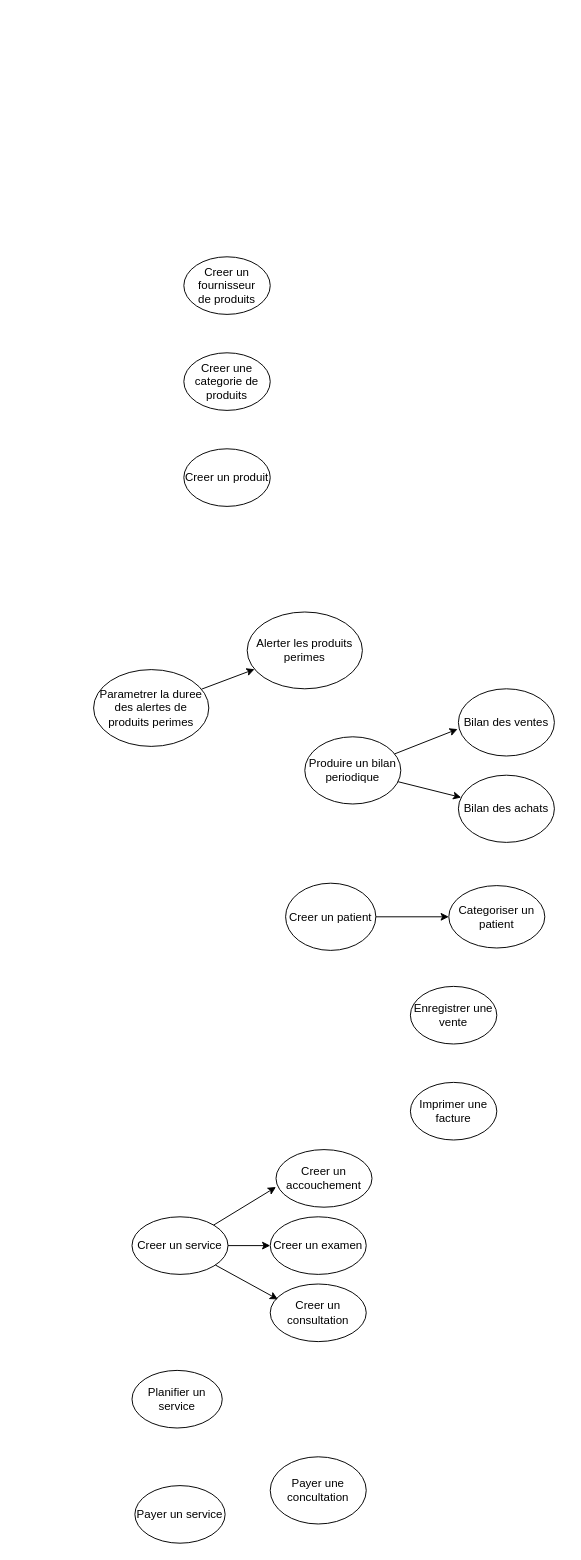
The draw.io diagram page "use case diagram" (2 of 2) of Untitled Diagram.drawio in arseneRuben/CinsolManagement, before the edit. Source tidied: cells renumbered, new cells numbered last; positions are measured from the earlier drawing's top-left corner, leaving out a move shared by most shapes. Both pictures are drawn from the tidied source at 96%, with x=0, y=0 at pixel (93, 256).
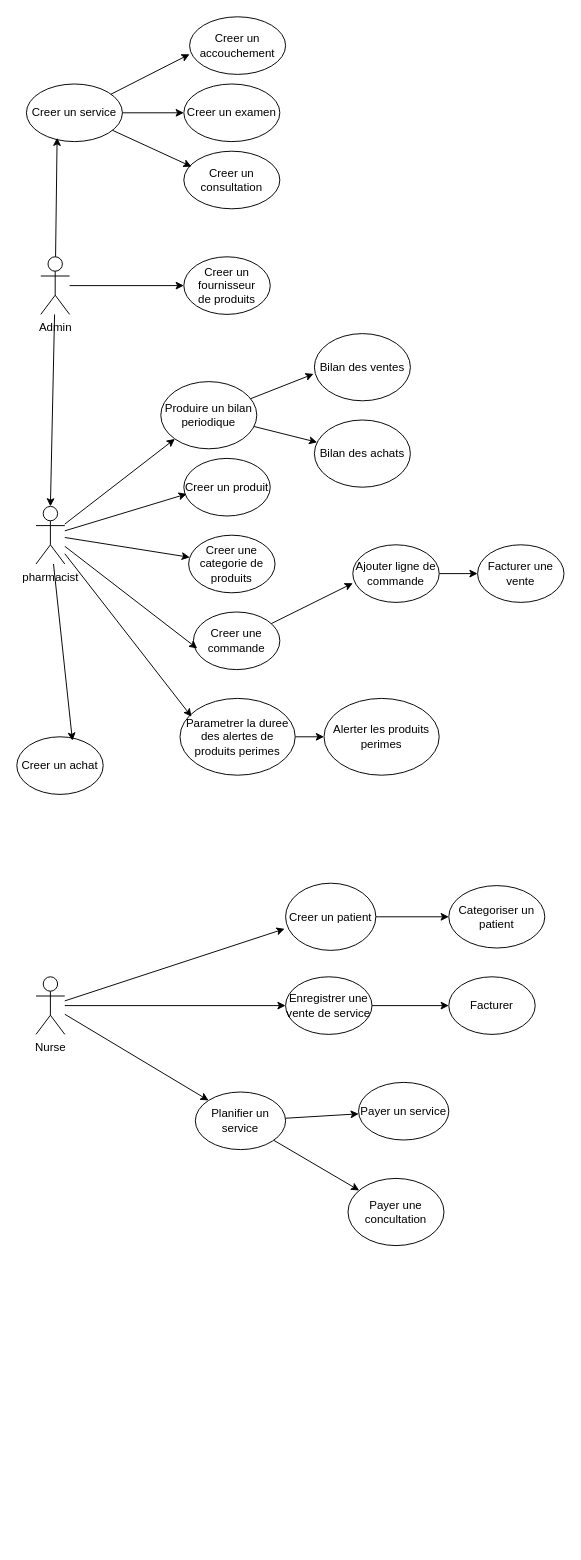
Above is the later version.

Unchanged cells that the change refers to:
```xml
<mxCell id="3" value="Creer un patient" style="ellipse;whiteSpace=wrap;html=1;" parent="1" vertex="1">
  <mxGeometry x="200" y="652.5" width="94" height="70" as="geometry" />
</mxCell>
```

Change to the diagram source:
```diff
@@
     <mxCell id="4" value="Payer une concultation" style="ellipse;whiteSpace=wrap;html=1;" parent="1" vertex="1">
-      <mxGeometry x="184" y="1250" width="100" height="70" as="geometry" />
+      <mxGeometry x="265" y="960" width="100" height="70" as="geometry" />
     </mxCell>
+    <mxCell id="28" style="edgeStyle=orthogonalEdgeStyle;rounded=0;jettySize=auto;html=1;entryX=0;entryY=0.5;entryDx=0;entryDy=0;" parent="1" edge="1" source="5" target="6">
+      <mxGeometry relative="1" as="geometry" />
+    </mxCell>
-    <mxCell id="5" value="Enregistrer une vente" style="ellipse;whiteSpace=wrap;html=1;" parent="1" vertex="1">
-      <mxGeometry x="330" y="760" width="90" height="60" as="geometry" />
+    <mxCell id="5" value="Enregistrer une vente de service" style="ellipse;whiteSpace=wrap;html=1;" parent="1" vertex="1">
+      <mxGeometry x="200" y="750" width="90" height="60" as="geometry" />
     </mxCell>
-    <mxCell id="6" value="Imprimer une facture" style="ellipse;whiteSpace=wrap;html=1;" parent="1" vertex="1">
-      <mxGeometry x="330" y="860" width="90" height="60" as="geometry" />
+    <mxCell id="6" value="Facturer" style="ellipse;whiteSpace=wrap;html=1;" parent="1" vertex="1">
+      <mxGeometry x="370" y="750" width="90" height="60" as="geometry" />
     </mxCell>
@@
     <mxCell id="8" value="Produire un bilan periodique" style="ellipse;whiteSpace=wrap;html=1;" parent="1" vertex="1">
-      <mxGeometry x="220" y="500" width="100" height="70" as="geometry" />
+      <mxGeometry x="70" y="130" width="100" height="70" as="geometry" />
     </mxCell>
     <mxCell id="9" value="Bilan des ventes" style="ellipse;whiteSpace=wrap;html=1;" parent="1" vertex="1">
-      <mxGeometry x="380" y="450" width="100" height="70" as="geometry" />
+      <mxGeometry x="230" y="80" width="100" height="70" as="geometry" />
     </mxCell>
     <mxCell id="10" value="Bilan des achats" style="ellipse;whiteSpace=wrap;html=1;" parent="1" vertex="1">
-      <mxGeometry x="380" y="540" width="100" height="70" as="geometry" />
+      <mxGeometry x="230" y="170" width="100" height="70" as="geometry" />
     </mxCell>
-    <mxCell id="11" style="edgeStyle=orthogonalEdgeStyle;rounded=0;jettySize=auto;html=1;" parent="1" edge="1" source="12" target="19">
-      <mxGeometry relative="1" as="geometry" />
-    </mxCell>
-    <mxCell id="12" value="Creer un service" style="ellipse;whiteSpace=wrap;html=1;" parent="1" vertex="1">
-      <mxGeometry x="40" y="1000" width="100" height="60" as="geometry" />
-    </mxCell>
@@
+    <mxCell id="29" style="rounded=0;jettySize=auto;html=1;" parent="1" edge="1" source="15" target="24">
+      <mxGeometry relative="1" as="geometry" />
+    </mxCell>
+    <mxCell id="30" style="rounded=0;jettySize=auto;html=1;" parent="1" edge="1" source="15" target="4">
+      <mxGeometry relative="1" as="geometry" />
+    </mxCell>
     <mxCell id="15" value="Planifier un service" style="ellipse;whiteSpace=wrap;html=1;" parent="1" vertex="1">
-      <mxGeometry x="40" y="1160" width="94" height="60" as="geometry" />
+      <mxGeometry x="106" y="870" width="94" height="60" as="geometry" />
     </mxCell>
     <mxCell id="16" value="Alerter les produits perimes" style="ellipse;whiteSpace=wrap;html=1;" parent="1" vertex="1">
-      <mxGeometry x="160" y="370" width="120" height="80" as="geometry" />
+      <mxGeometry x="240" y="460" width="120" height="80" as="geometry" />
     </mxCell>
@@
     <mxCell id="18" value="Parametrer la duree des alertes de produits perimes" style="ellipse;whiteSpace=wrap;html=1;" parent="1" vertex="1">
-      <mxGeometry y="430" width="120" height="80" as="geometry" />
+      <mxGeometry x="90" y="460" width="120" height="80" as="geometry" />
     </mxCell>
+    <mxCell id="24" value="Payer un service" style="ellipse;whiteSpace=wrap;html=1;" parent="1" vertex="1">
+      <mxGeometry x="276" y="860" width="94" height="60" as="geometry" />
+    </mxCell>
+    <mxCell id="25" value="Creer un produit" style="ellipse;whiteSpace=wrap;html=1;" parent="1" vertex="1">
+      <mxGeometry x="94" y="210" width="90" height="60" as="geometry" />
+    </mxCell>
+    <mxCell id="26" value="Creer une categorie de produits" style="ellipse;whiteSpace=wrap;html=1;" parent="1" vertex="1">
+      <mxGeometry x="99" y="290" width="90" height="60" as="geometry" />
+    </mxCell>
+    <mxCell id="27" value="Creer un fournisseur&lt;br&gt;de produits" style="ellipse;whiteSpace=wrap;html=1;" parent="1" vertex="1">
+      <mxGeometry x="94" width="90" height="60" as="geometry" />
+    </mxCell>
+    <mxCell id="31" style="rounded=0;jettySize=auto;html=1;entryX=0;entryY=0.5;entryDx=0;entryDy=0;" parent="1" edge="1" source="32" target="27">
+      <mxGeometry relative="1" as="geometry" />
+    </mxCell>
+    <mxCell id="32" value="Admin" style="shape=umlActor;verticalLabelPosition=bottom;verticalAlign=top;html=1;outlineConnect=0;" parent="1" vertex="1">
+      <mxGeometry x="-55" width="30" height="60" as="geometry" />
+    </mxCell>
+    <mxCell id="11" style="edgeStyle=orthogonalEdgeStyle;rounded=0;jettySize=auto;html=1;" parent="1" edge="1" source="12" target="19">
+      <mxGeometry relative="1" as="geometry" />
+    </mxCell>
+    <mxCell id="12" value="Creer un service" style="ellipse;whiteSpace=wrap;html=1;" parent="1" vertex="1">
+      <mxGeometry x="-70" y="-180" width="100" height="60" as="geometry" />
+    </mxCell>
     <mxCell id="19" value="Creer un examen" style="ellipse;whiteSpace=wrap;html=1;" parent="1" vertex="1">
-      <mxGeometry x="184" y="1000" width="100" height="60" as="geometry" />
+      <mxGeometry x="94" y="-180" width="100" height="60" as="geometry" />
     </mxCell>
     <mxCell id="20" value="Creer un consultation" style="ellipse;whiteSpace=wrap;html=1;" parent="1" vertex="1">
-      <mxGeometry x="184" y="1070" width="100" height="60" as="geometry" />
+      <mxGeometry x="94" y="-110" width="100" height="60" as="geometry" />
     </mxCell>
     <mxCell id="21" value="Creer un accouchement" style="ellipse;whiteSpace=wrap;html=1;" parent="1" vertex="1">
-      <mxGeometry x="190" y="930" width="100" height="60" as="geometry" />
+      <mxGeometry x="100" y="-250" width="100" height="60" as="geometry" />
     </mxCell>
@@
-    <mxCell id="24" value="Payer un service" style="ellipse;whiteSpace=wrap;html=1;" parent="1" vertex="1">
-      <mxGeometry x="43" y="1280" width="94" height="60" as="geometry" />
-    </mxCell>
-    <mxCell id="25" value="Creer un produit" style="ellipse;whiteSpace=wrap;html=1;" parent="1" vertex="1">
-      <mxGeometry x="94" y="200" width="90" height="60" as="geometry" />
-    </mxCell>
-    <mxCell id="26" value="Creer une categorie de produits" style="ellipse;whiteSpace=wrap;html=1;" parent="1" vertex="1">
-      <mxGeometry x="94" y="100" width="90" height="60" as="geometry" />
-    </mxCell>
-    <mxCell id="27" value="Creer un fournisseur&lt;br&gt;de produits" style="ellipse;whiteSpace=wrap;html=1;" parent="1" vertex="1">
-      <mxGeometry x="94" width="90" height="60" as="geometry" />
-    </mxCell>
+    <mxCell id="33" style="rounded=0;jettySize=auto;html=1;entryX=0.32;entryY=0.933;entryDx=0;entryDy=0;entryPerimeter=0;" parent="1" edge="1" source="32" target="12">
+      <mxGeometry relative="1" as="geometry" />
+    </mxCell>
+    <mxCell id="34" style="rounded=0;jettySize=auto;html=1;" parent="1" edge="1" source="36" target="26">
+      <mxGeometry relative="1" as="geometry" />
+    </mxCell>
+    <mxCell id="35" style="rounded=0;jettySize=auto;html=1;entryX=0;entryY=1;entryDx=0;entryDy=0;" parent="1" edge="1" source="36" target="8">
+      <mxGeometry relative="1" as="geometry" />
+    </mxCell>
+    <mxCell id="36" value="pharmacist" style="shape=umlActor;verticalLabelPosition=bottom;verticalAlign=top;html=1;" parent="1" vertex="1">
+      <mxGeometry x="-60" y="260" width="30" height="60" as="geometry" />
+    </mxCell>
+    <mxCell id="37" style="rounded=0;jettySize=auto;html=1;entryX=0.033;entryY=0.617;entryDx=0;entryDy=0;entryPerimeter=0;" parent="1" edge="1" source="36" target="25">
+      <mxGeometry relative="1" as="geometry" />
+    </mxCell>
+    <mxCell id="38" style="rounded=0;jettySize=auto;html=1;entryX=0.5;entryY=0;entryDx=0;entryDy=0;entryPerimeter=0;" parent="1" edge="1" source="32" target="36">
+      <mxGeometry relative="1" as="geometry" />
+    </mxCell>
+    <mxCell id="39" style="rounded=0;jettySize=auto;html=1;entryX=0.1;entryY=0.238;entryDx=0;entryDy=0;entryPerimeter=0;" parent="1" edge="1" source="36" target="18">
+      <mxGeometry relative="1" as="geometry" />
+    </mxCell>
+    <mxCell id="40" style="rounded=0;jettySize=auto;html=1;" parent="1" edge="1" source="42" target="5">
+      <mxGeometry relative="1" as="geometry" />
+    </mxCell>
+    <mxCell id="41" style="rounded=0;jettySize=auto;html=1;entryX=0;entryY=0;entryDx=0;entryDy=0;" parent="1" edge="1" source="42" target="15">
+      <mxGeometry relative="1" as="geometry" />
+    </mxCell>
+    <mxCell id="42" value="Nurse" style="shape=umlActor;verticalLabelPosition=bottom;verticalAlign=top;html=1;" parent="1" vertex="1">
+      <mxGeometry x="-60" y="750" width="30" height="60" as="geometry" />
+    </mxCell>
+    <mxCell id="43" style="rounded=0;jettySize=auto;html=1;entryX=-0.011;entryY=0.679;entryDx=0;entryDy=0;entryPerimeter=0;" parent="1" edge="1" source="42" target="3">
+      <mxGeometry relative="1" as="geometry" />
+    </mxCell>
+    <mxCell id="44" style="rounded=0;jettySize=auto;html=1;" parent="1" edge="1" source="45">
+      <mxGeometry relative="1" as="geometry">
+        <mxPoint x="270" y="340" as="targetPoint" />
+      </mxGeometry>
+    </mxCell>
+    <mxCell id="45" value="Creer une commande" style="ellipse;whiteSpace=wrap;html=1;" parent="1" vertex="1">
+      <mxGeometry x="104" y="370" width="90" height="60" as="geometry" />
+    </mxCell>
+    <mxCell id="46" style="edgeStyle=orthogonalEdgeStyle;rounded=0;jettySize=auto;html=1;" parent="1" edge="1" source="47" target="49">
+      <mxGeometry relative="1" as="geometry" />
+    </mxCell>
+    <mxCell id="47" value="Ajouter ligne de commande" style="ellipse;whiteSpace=wrap;html=1;" parent="1" vertex="1">
+      <mxGeometry x="270" y="300" width="90" height="60" as="geometry" />
+    </mxCell>
+    <mxCell id="48" style="rounded=0;jettySize=auto;html=1;entryX=0.044;entryY=0.633;entryDx=0;entryDy=0;entryPerimeter=0;" parent="1" edge="1" source="36" target="45">
+      <mxGeometry relative="1" as="geometry" />
+    </mxCell>
+    <mxCell id="49" value="Facturer une vente" style="ellipse;whiteSpace=wrap;html=1;" parent="1" vertex="1">
+      <mxGeometry x="400" y="300" width="90" height="60" as="geometry" />
+    </mxCell>
+    <mxCell id="50" value="Creer un achat" style="ellipse;whiteSpace=wrap;html=1;" parent="1" vertex="1">
+      <mxGeometry x="-80" y="500" width="90" height="60" as="geometry" />
+    </mxCell>
+    <mxCell id="51" style="rounded=0;jettySize=auto;html=1;entryX=0.644;entryY=0.067;entryDx=0;entryDy=0;entryPerimeter=0;" parent="1" edge="1" source="36" target="50">
+      <mxGeometry relative="1" as="geometry" />
+    </mxCell>
```
